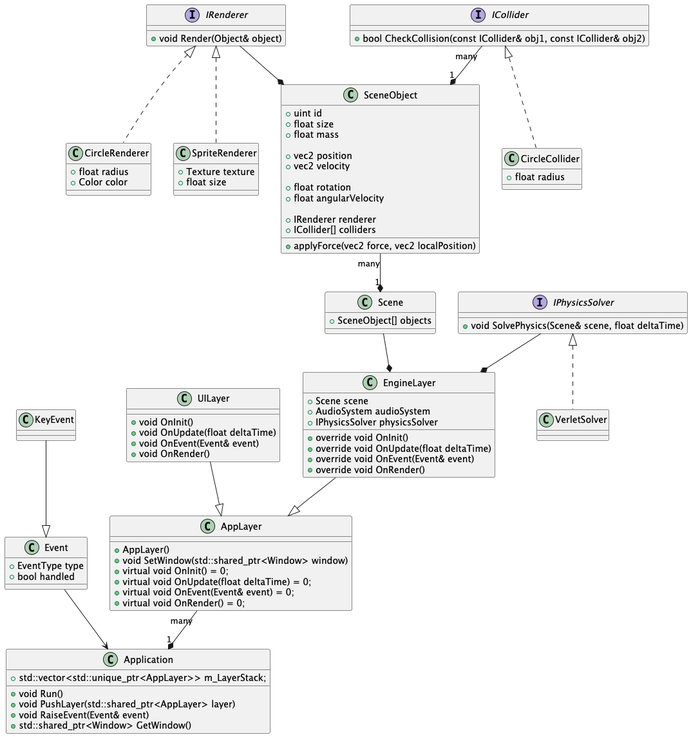
This is docs/uml.png from grav-byte/GravSim, a PlantUML export, as it was before one commit.
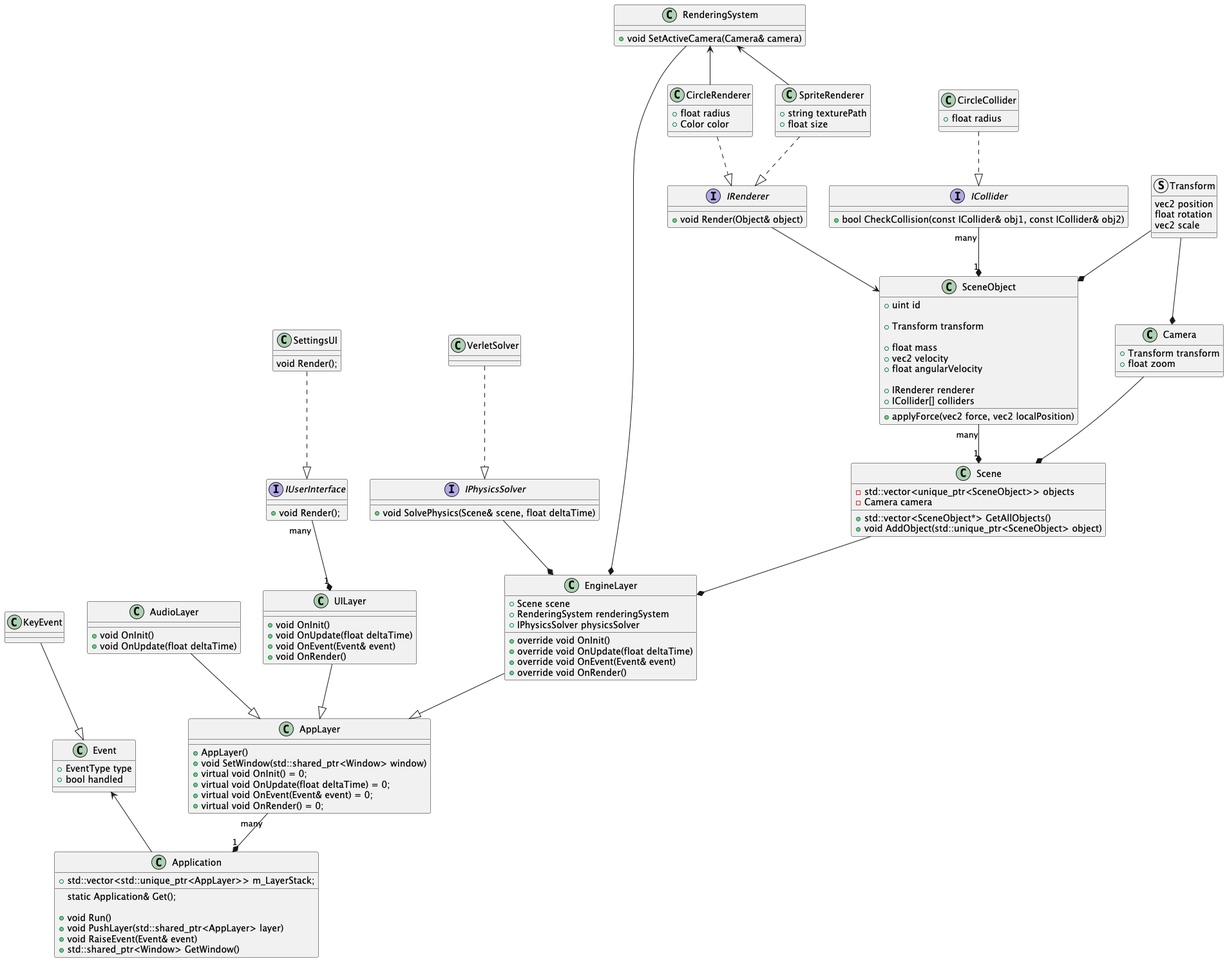
Above is the later version.

The edit, as a diff of the source:
```diff
@@ -2,7 +2,7 @@
 
 class EngineLayer {
     +Scene scene
-    +AudioSystem audioSystem
+    +RenderingSystem renderingSystem
     +IPhysicsSolver physicsSolver
 
     +override void OnInit()
@@ -11,32 +11,79 @@
     +override void OnRender()
 }
 
+
+
+class AudioLayer {
+    +void OnInit()
+    +void OnUpdate(float deltaTime)
+}
+
+AudioLayer --|> AppLayer
+
 interface IPhysicsSolver {
     +void SolvePhysics(Scene& scene, float deltaTime)
 }
 
-IPhysicsSolver <|.. VerletSolver
+class RenderingSystem {
+    +void SetActiveCamera(Camera& camera)
+}
+
+RenderingSystem --* EngineLayer
+RenderingSystem <-- CircleRenderer
+RenderingSystem <-- SpriteRenderer
+
+VerletSolver ..|> IPhysicsSolver
 
 class Scene {
-  +SceneObject[] objects
+  + std::vector<SceneObject*> GetAllObjects()
+  + void AddObject(std::unique_ptr<SceneObject> object)
+  -std::vector<unique_ptr<SceneObject>> objects
+  -Camera camera
 }
+
+class Camera {
++Transform transform
++float zoom
+}
+
+Camera --* Scene
+
 
 Scene --* EngineLayer
 SceneObject "many" --* "1" Scene
-IRenderer --* SceneObject
+IRenderer --> SceneObject
 ICollider "many" --* "1" SceneObject
 EngineLayer --|> AppLayer
 IPhysicsSolver --* EngineLayer
 
+class SettingsUI {
+    void Render();
+}
+
+interface IUserInterface {
+    +void Render();
+}
+
+struct Transform {
+    vec2 position
+    float rotation
+    vec2 scale
+}
+
+Transform --* SceneObject
+Transform --* Camera
+
+SettingsUI ..|> IUserInterface
+IUserInterface "many" --* "1" UILayer
+
+
 class SceneObject {
     +uint id
-    +float size
+
+    +Transform transform
+
     +float mass
-
-    +vec2 position
     +vec2 velocity
-
-    +float rotation
     +float angularVelocity
 
     +IRenderer renderer
@@ -63,7 +110,7 @@
     +Color color
 }
 class SpriteRenderer {
-    +Texture texture
+    +string texturePath
     +float size
 }
 interface IRenderer {
@@ -72,9 +119,9 @@
 interface ICollider {
     +bool CheckCollision(const ICollider& obj1, const ICollider& obj2)
 }
-ICollider <|.. CircleCollider
-IRenderer <|.. CircleRenderer
-IRenderer <|.. SpriteRenderer
+CircleCollider ..|> ICollider
+CircleRenderer ..|> IRenderer
+SpriteRenderer ..|> IRenderer
 
 class UILayer {
     +void OnInit()
@@ -87,6 +134,9 @@
 
 class Application {
     +std::vector<std::unique_ptr<AppLayer>> m_LayerStack;
+
+    static Application& Get();
+
     +void Run()
     +void PushLayer(std::shared_ptr<AppLayer> layer)
     +void RaiseEvent(Event& event)
@@ -95,7 +145,7 @@
 
 AppLayer "many" --* "1" Application
 
-Event --> Application
+Event <-- Application
 
 KeyEvent --|> Event
 
```
